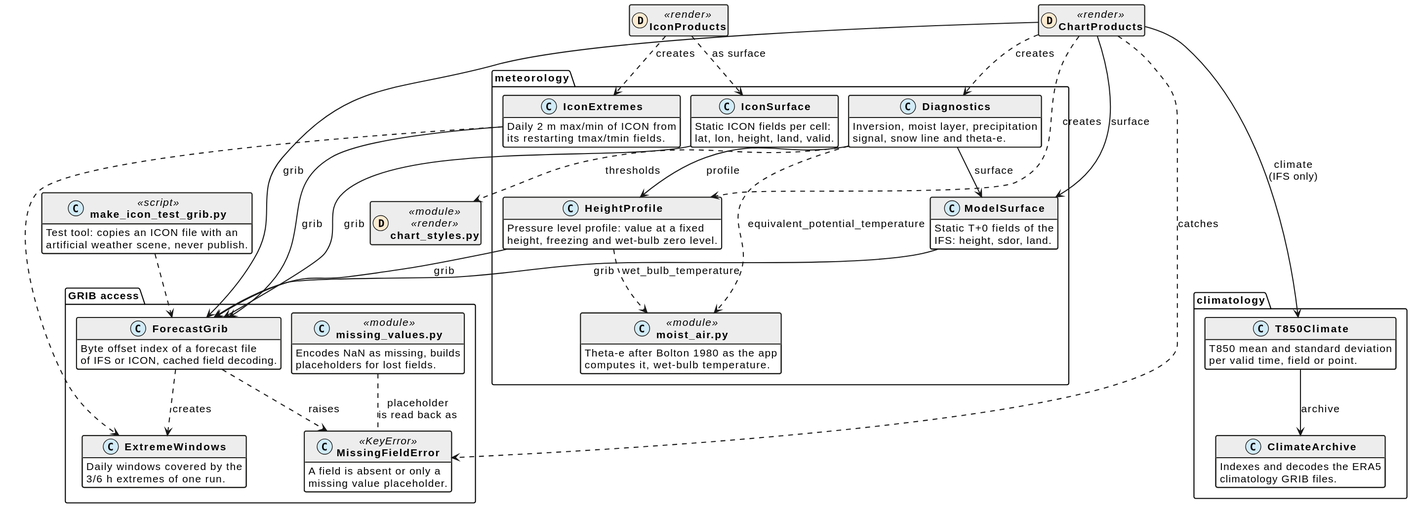
schletz/wetterkartenviewer keeps this PlantUML diagram as docs/grib.svg. Above is the earlier version.
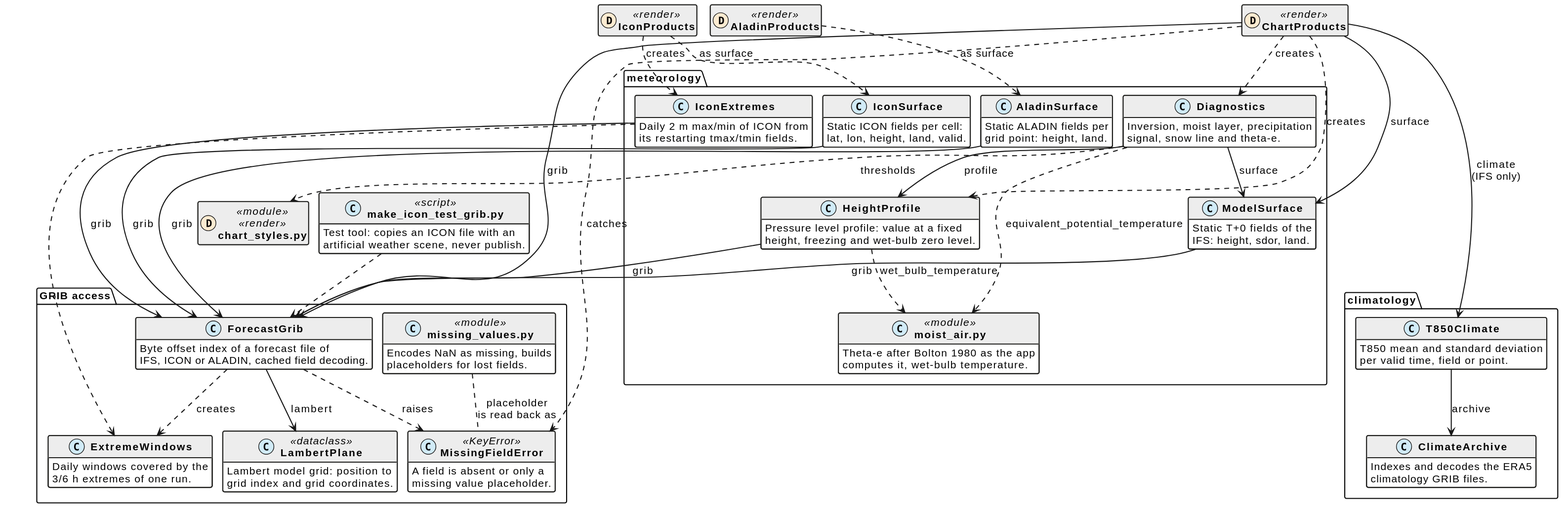
The same diagram one commit later.

Diff of the diagram source:
```diff
@@ -48,8 +48,12 @@
 }
 package "GRIB access" {
  class ForecastGrib {
- Byte offset index of a forecast file
- of IFS or ICON, cached field decoding.
+ Byte offset index of a forecast file of
+ IFS, ICON or ALADIN, cached field decoding.
+ }
+ class LambertPlane <<dataclass>> {
+ Lambert model grid: position to
+ grid index and grid coordinates.
  }
  class ExtremeWindows {
  Daily windows covered by the
@@ -72,6 +76,10 @@
  class IconSurface {
  Static ICON fields per cell:
  lat, lon, height, land, valid.
+ }
+ class AladinSurface {
+ Static ALADIN fields per
+ grid point: height, land.
  }
  class HeightProfile {
  Pressure level profile: value at a fixed
@@ -103,6 +111,10 @@
 class "chart_styles.py" as chart_styles <<module>> << (D,#fdebd1) render >>
 class ChartProducts << (D,#fdebd1) render >>
 class IconProducts << (D,#fdebd1) render >>
+class AladinProducts << (D,#fdebd1) render >>
+AladinProducts ..> AladinSurface : as surface
+AladinSurface --> ForecastGrib : grib
+ForecastGrib --> LambertPlane : lambert
 ChartProducts --> ForecastGrib : grib
 ChartProducts --> ModelSurface : surface
 ChartProducts --> T850Climate : climate\n(IFS only)
```
